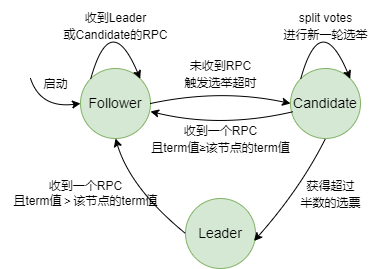
The draw.io diagram pic/leader Election.drawio.png in guxdong/imgrepo, before a commit. Source tidied: cells renumbered, new cells last; positions are measured from the earlier drawing's top-left corner, leaving out a move shared by most shapes.
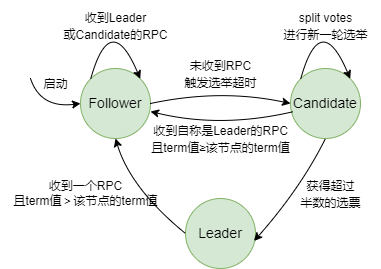
After the change.

Change to the diagram source:
```diff
@@ -54,7 +54,7 @@
         </Array>
       </mxGeometry>
     </mxCell>
-    <mxCell id="14" value="&lt;font style=&quot;font-size: 12px;&quot;&gt;收到一个RPC&lt;br&gt;且term值≥该节点的term值&lt;/font&gt;" style="text;html=1;align=center;verticalAlign=middle;strokeColor=none;fillColor=none;fontSize=14;" parent="1" vertex="1">
+    <mxCell id="14" value="&lt;font style=&quot;font-size: 12px;&quot;&gt;收到自称是Leader的RPC&lt;br&gt;且term值≥该节点的term值&lt;/font&gt;" style="text;html=1;align=center;verticalAlign=middle;strokeColor=none;fillColor=none;fontSize=14;" parent="1" vertex="1">
       <mxGeometry x="140" y="113" width="160" height="50" as="geometry" />
     </mxCell>
     <mxCell id="15" style="curved=1;endArrow=classic;html=1;rounded=0;fontSize=12;entryX=0.979;entryY=0.607;entryDx=0;entryDy=0;entryPerimeter=0;exitX=0.5;exitY=1;exitDx=0;exitDy=0;" parent="1" edge="1" source="4" target="6">
```
